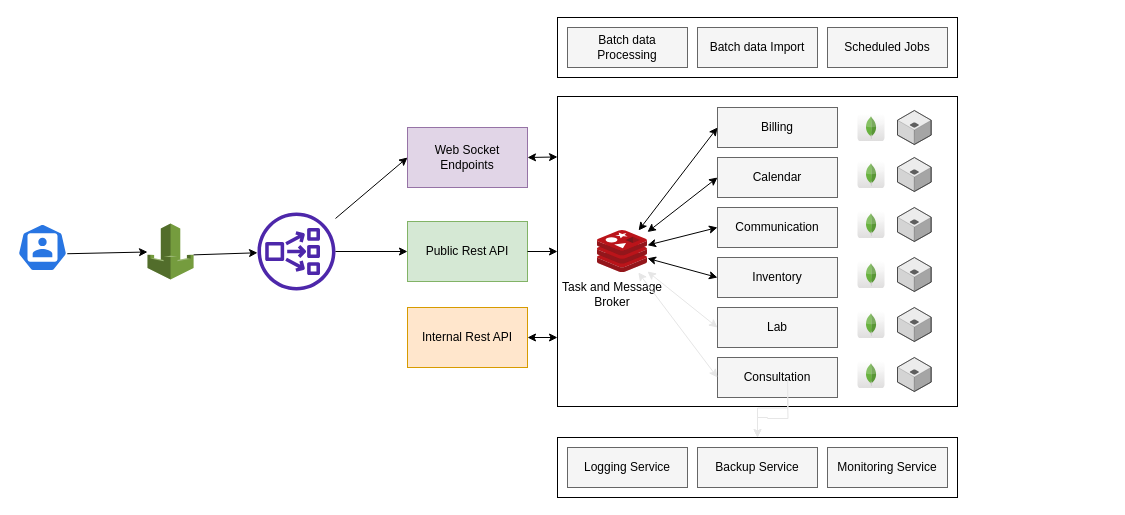
The draw.io diagram images/M16internalservices.drawio in anmolmalik97/bestcardetailing, before the edit. Source tidied: cells renumbered, new cells numbered last; positions are measured from the earlier drawing's top-left corner, leaving out a move shared by most shapes. Both pictures are drawn from the tidied source at 100%, with x=0, y=0 at pixel (17, 17).
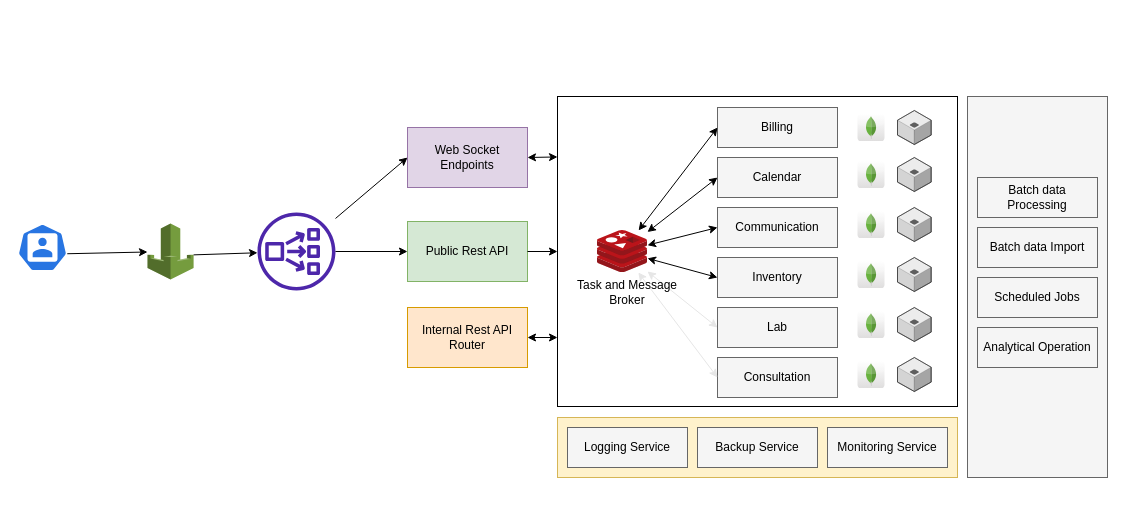
After the change.

Diff of the diagram source:
```diff
@@
-    <mxCell id="14" value="Internal Rest API" style="text;html=1;strokeColor=none;fillColor=none;align=center;verticalAlign=middle;whiteSpace=wrap;rounded=0;" parent="1" vertex="1">
+    <mxCell id="14" value="Internal Rest API Router" style="text;html=1;strokeColor=none;fillColor=none;align=center;verticalAlign=middle;whiteSpace=wrap;rounded=0;" parent="1" vertex="1">
       <mxGeometry x="390" y="305" width="120" height="30" as="geometry" />
     </mxCell>
@@
-    <mxCell id="28" value="Task and Message Broker" style="text;html=1;strokeColor=none;fillColor=none;align=center;verticalAlign=middle;whiteSpace=wrap;rounded=0;" parent="1" vertex="1">
-      <mxGeometry x="540" y="262" width="110" height="30" as="geometry" />
-    </mxCell>
@@
-    <mxCell id="62" style="rounded=0;whiteSpace=wrap;html=1;" parent="1" vertex="1">
-      <mxGeometry x="540" y="420" width="400" height="60" as="geometry" />
+    <mxCell id="62" style="rounded=0;whiteSpace=wrap;html=1;fillColor=#fff2cc;strokeColor=#d6b656;" parent="1" vertex="1">
+      <mxGeometry x="540" y="400" width="400" height="60" as="geometry" />
     </mxCell>
-    <mxCell id="63" style="edgeStyle=orthogonalEdgeStyle;rounded=0;jettySize=auto;html=1;exitX=0.5;exitY=0;exitDx=0;exitDy=0;strokeColor=#E6E6E6;" parent="1" edge="1" target="62">
-      <mxGeometry relative="1" as="geometry">
-        <mxPoint x="770" y="360" as="sourcePoint" />
-      </mxGeometry>
-    </mxCell>
-    <mxCell id="64" style="edgeStyle=orthogonalEdgeStyle;rounded=0;jettySize=auto;html=1;exitX=0.5;exitY=1;exitDx=0;exitDy=0;strokeColor=#E6E6E6;" parent="1" edge="1" target="62">
-      <mxGeometry relative="1" as="geometry">
-        <mxPoint x="770" y="380" as="sourcePoint" />
-      </mxGeometry>
-    </mxCell>
     <mxCell id="65" style="group;" parent="1" vertex="1">
-      <mxGeometry x="550" y="430" width="120" height="40" as="geometry" />
+      <mxGeometry x="550" y="410" width="120" height="40" as="geometry" />
     </mxCell>
@@
     <mxCell id="68" style="group;" parent="1" vertex="1">
-      <mxGeometry x="680" y="430" width="120" height="40" as="geometry" />
+      <mxGeometry x="680" y="410" width="120" height="40" as="geometry" />
     </mxCell>
@@
     <mxCell id="71" style="group;" parent="1" vertex="1">
-      <mxGeometry x="810" y="430" width="120" height="40" as="geometry" />
+      <mxGeometry x="810" y="410" width="120" height="40" as="geometry" />
     </mxCell>
@@
-    <mxCell id="75" style="rounded=0;whiteSpace=wrap;html=1;" parent="1" vertex="1">
-      <mxGeometry x="540" width="400" height="60" as="geometry" />
-    </mxCell>
+    <mxCell id="85" style="rounded=0;whiteSpace=wrap;html=1;fillColor=#f5f5f5;fontColor=#333333;strokeColor=#666666;" parent="1" vertex="1">
+      <mxGeometry x="950" y="79" width="140" height="381" as="geometry" />
+    </mxCell>
     <mxCell id="76" style="group;" parent="1" vertex="1">
-      <mxGeometry x="550" y="10" width="120" height="40" as="geometry" />
+      <mxGeometry x="960" y="160" width="120" height="40" as="geometry" />
     </mxCell>
@@
     <mxCell id="79" style="group;" parent="1" vertex="1">
-      <mxGeometry x="680" y="10" width="120" height="40" as="geometry" />
+      <mxGeometry x="960" y="210" width="120" height="40" as="geometry" />
     </mxCell>
@@
     <mxCell id="82" style="group;" parent="1" vertex="1">
-      <mxGeometry x="810" y="10" width="120" height="40" as="geometry" />
+      <mxGeometry x="960" y="260" width="120" height="40" as="geometry" />
     </mxCell>
@@
+    <mxCell id="86" style="group;" parent="1" vertex="1">
+      <mxGeometry x="960" y="310" width="120" height="40" as="geometry" />
+    </mxCell>
+    <mxCell id="87" style="rounded=0;whiteSpace=wrap;html=1;fillColor=#f5f5f5;fontColor=#333333;strokeColor=#666666;" parent="86" vertex="1">
+      <mxGeometry width="120" height="40" as="geometry" />
+    </mxCell>
+    <mxCell id="88" value="Analytical Operation" style="text;html=1;strokeColor=none;fillColor=none;align=center;verticalAlign=middle;whiteSpace=wrap;rounded=0;" parent="86" vertex="1">
+      <mxGeometry x="5" y="10" width="110" height="20" as="geometry" />
+    </mxCell>
+    <mxCell id="28" value="Task and Message Broker" style="text;html=1;strokeColor=none;fillColor=none;align=center;verticalAlign=middle;whiteSpace=wrap;rounded=0;" parent="1" vertex="1">
+      <mxGeometry x="545" y="260" width="130" height="30" as="geometry" />
+    </mxCell>
```
